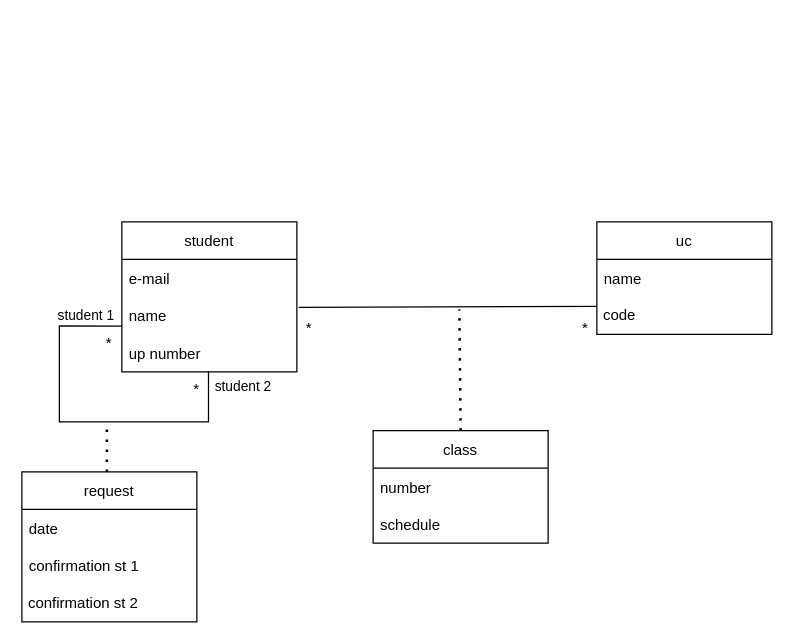
Before: lib/week 2/uml.drawio in luisaraujo25/Swapping, a draw.io diagram. Source tidied: cells renumbered, new cells numbered last; positions are measured from the earlier drawing's top-left corner, leaving out a move shared by most shapes. Both pictures are drawn from the tidied source at 125%, with x=0, y=0 at pixel (21, 221).
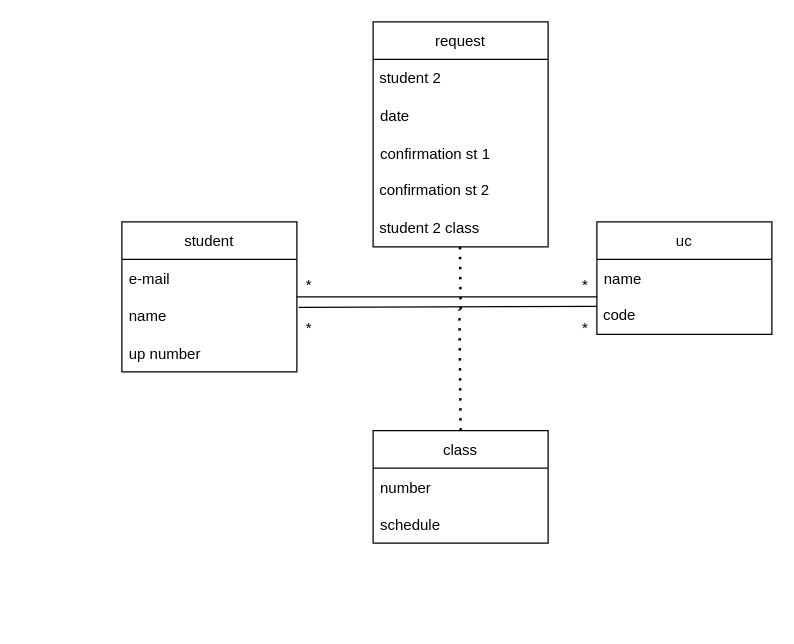
Above is the later version.

The change refers to these unchanged cells:
```xml
<mxCell id="2" value="student" style="swimlane;fontStyle=0;horizontal=1;startSize=30;" parent="1" vertex="1">
  <mxGeometry x="80" width="140" height="120" as="geometry" />
</mxCell>
<mxCell id="4" value="name" style="text;strokeColor=none;fillColor=none;align=left;verticalAlign=middle;spacingLeft=4;spacingRight=4;overflow=hidden;points=[[0,0.5],[1,0.5]];portConstraint=eastwest;" parent="2" vertex="1">
  <mxGeometry y="60" width="140" height="30" as="geometry" />
</mxCell>
<mxCell id="5" value="up number" style="text;strokeColor=none;fillColor=none;align=left;verticalAlign=middle;spacingLeft=4;spacingRight=4;overflow=hidden;points=[[0,0.5],[1,0.5]];portConstraint=eastwest;" parent="2" vertex="1">
  <mxGeometry y="90" width="140" height="30" as="geometry" />
</mxCell>
<mxCell id="11" value="&amp;nbsp;code" style="text;html=1;strokeColor=none;fillColor=none;align=left;verticalAlign=middle;whiteSpace=wrap;rounded=0;" parent="9" vertex="1">
  <mxGeometry y="60" width="140" height="30" as="geometry" />
</mxCell>
```

What changed in the source:
```diff
@@
-    <mxCell id="6" style="endArrow=none;html=1;edgeStyle=orthogonalEdgeStyle;rounded=0;exitX=0;exitY=0.778;exitDx=0;exitDy=0;exitPerimeter=0;entryX=0.495;entryY=0.978;entryDx=0;entryDy=0;entryPerimeter=0;" parent="2" edge="1" source="4" target="5">
-      <mxGeometry relative="1" as="geometry">
-        <Array as="points">
-          <mxPoint x="-50" y="83" />
-          <mxPoint x="-50" y="160" />
-          <mxPoint x="69" y="160" />
-        </Array>
-      </mxGeometry>
-    </mxCell>
-    <mxCell id="7" value="student 1" style="edgeLabel;html=1;align=left;verticalAlign=bottom;" parent="6" vertex="1">
-      <mxGeometry x="-1" relative="1" as="geometry">
-        <mxPoint x="-53" as="offset" />
-      </mxGeometry>
-    </mxCell>
-    <mxCell id="8" value="student 2" style="edgeLabel;html=1;align=right;verticalAlign=bottom;" parent="6" vertex="1">
-      <mxGeometry x="1" relative="1" as="geometry">
-        <mxPoint x="51" y="21" as="offset" />
-      </mxGeometry>
-    </mxCell>
@@
     <mxCell id="16" value="request" style="swimlane;fontStyle=0;horizontal=1;startSize=30;" parent="1" vertex="1">
-      <mxGeometry y="200" width="140" height="120" as="geometry" />
+      <mxGeometry x="281" y="-160" width="140" height="180" as="geometry" />
     </mxCell>
+    <mxCell id="8" value="&amp;nbsp;student 2" style="text;html=1;strokeColor=none;fillColor=none;align=left;verticalAlign=middle;whiteSpace=wrap;rounded=0;" parent="16" vertex="1">
+      <mxGeometry y="30" width="140" height="30" as="geometry" />
+    </mxCell>
     <mxCell id="17" value="date" style="text;strokeColor=none;fillColor=none;align=left;verticalAlign=middle;spacingLeft=4;spacingRight=4;overflow=hidden;" parent="16" vertex="1">
-      <mxGeometry y="30" width="140" height="30" as="geometry" />
+      <mxGeometry y="60" width="140" height="30" as="geometry" />
     </mxCell>
     <mxCell id="18" value="confirmation st 1" style="text;strokeColor=none;fillColor=none;align=left;verticalAlign=middle;spacingLeft=4;spacingRight=4;overflow=hidden;" parent="16" vertex="1">
-      <mxGeometry y="60" width="140" height="30" as="geometry" />
+      <mxGeometry y="90" width="140" height="30" as="geometry" />
     </mxCell>
     <mxCell id="19" value="&amp;nbsp;confirmation st 2" style="text;html=1;strokeColor=none;fillColor=none;align=left;verticalAlign=middle;whiteSpace=wrap;rounded=0;" parent="16" vertex="1">
-      <mxGeometry y="90" width="140" height="30" as="geometry" />
+      <mxGeometry y="120" width="140" height="30" as="geometry" />
     </mxCell>
-    <mxCell id="20" style="endArrow=none;dashed=1;html=1;dashPattern=1 3;strokeWidth=2;rounded=0;" parent="1" edge="1">
-      <mxGeometry relative="1" as="geometry">
-        <mxPoint x="68" y="200" as="sourcePoint" />
-        <mxPoint x="68" y="160" as="targetPoint" />
-      </mxGeometry>
-    </mxCell>
+    <mxCell id="26" value="&amp;nbsp;student 2 class" style="text;html=1;strokeColor=none;fillColor=none;align=left;verticalAlign=middle;whiteSpace=wrap;rounded=0;" parent="16" vertex="1">
+      <mxGeometry y="150" width="140" height="30" as="geometry" />
+    </mxCell>
@@
     <mxCell id="23" value="*" style="text;html=1;strokeColor=none;fillColor=none;align=center;verticalAlign=middle;whiteSpace=wrap;rounded=0;" parent="1" vertex="1">
-      <mxGeometry x="40" y="82" width="60" height="30" as="geometry" />
+      <mxGeometry x="200" y="36" width="60" height="30" as="geometry" />
     </mxCell>
+    <mxCell id="25" style="endArrow=none;html=1;rounded=0;entryX=1.01;entryY=0.278;entryDx=0;entryDy=0;entryPerimeter=0;exitX=0;exitY=0.25;exitDx=0;exitDy=0;" parent="1" edge="1" source="11" target="4">
+      <mxGeometry relative="1" as="geometry" />
+    </mxCell>
     <mxCell id="24" value="*" style="text;html=1;strokeColor=none;fillColor=none;align=center;verticalAlign=middle;whiteSpace=wrap;rounded=0;" parent="1" vertex="1">
-      <mxGeometry x="110" y="119" width="60" height="30" as="geometry" />
+      <mxGeometry x="421" y="36" width="60" height="30" as="geometry" />
     </mxCell>
-    <mxCell id="25" style="endArrow=none;html=1;rounded=0;entryX=1.01;entryY=0.278;entryDx=0;entryDy=0;entryPerimeter=0;exitX=0;exitY=0.25;exitDx=0;exitDy=0;" parent="1" edge="1" source="11" target="4">
-      <mxGeometry relative="1" as="geometry" />
-    </mxCell>
+    <mxCell id="27" style="endArrow=none;dashed=1;html=1;dashPattern=1 3;strokeWidth=2;rounded=0;" parent="1" edge="1">
+      <mxGeometry relative="1" as="geometry">
+        <mxPoint x="351" y="70" as="sourcePoint" />
+        <mxPoint x="350.5" y="20" as="targetPoint" />
+      </mxGeometry>
+    </mxCell>
+    <mxCell id="28" style="endArrow=none;html=1;rounded=0;entryX=0.65;entryY=0.8;entryDx=0;entryDy=0;entryPerimeter=0;exitX=0.333;exitY=0.8;exitDx=0;exitDy=0;exitPerimeter=0;" parent="1" edge="1" source="23" target="24">
+      <mxGeometry relative="1" as="geometry" />
+    </mxCell>
```
